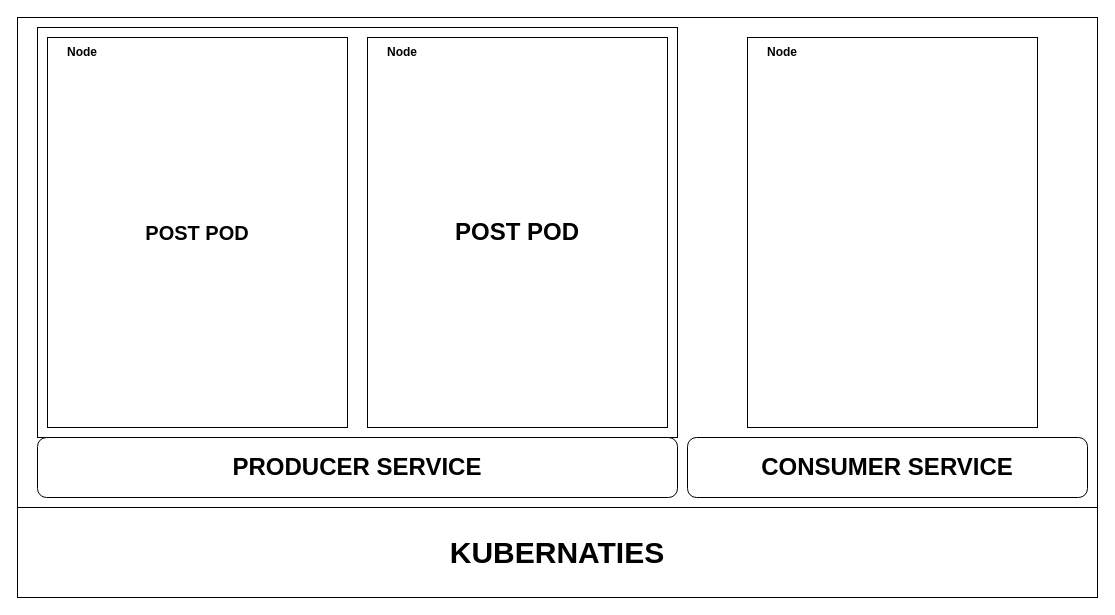
Above: nesto-kubernaties.drawio in yatishpro/nesto (draw.io), before the change. Source tidied: cells renumbered, new cells numbered last; positions are measured from the earlier drawing's top-left corner, leaving out a move shared by most shapes. Both pictures are drawn from the tidied source at 100%, with x=0, y=0 at pixel (17, 17).
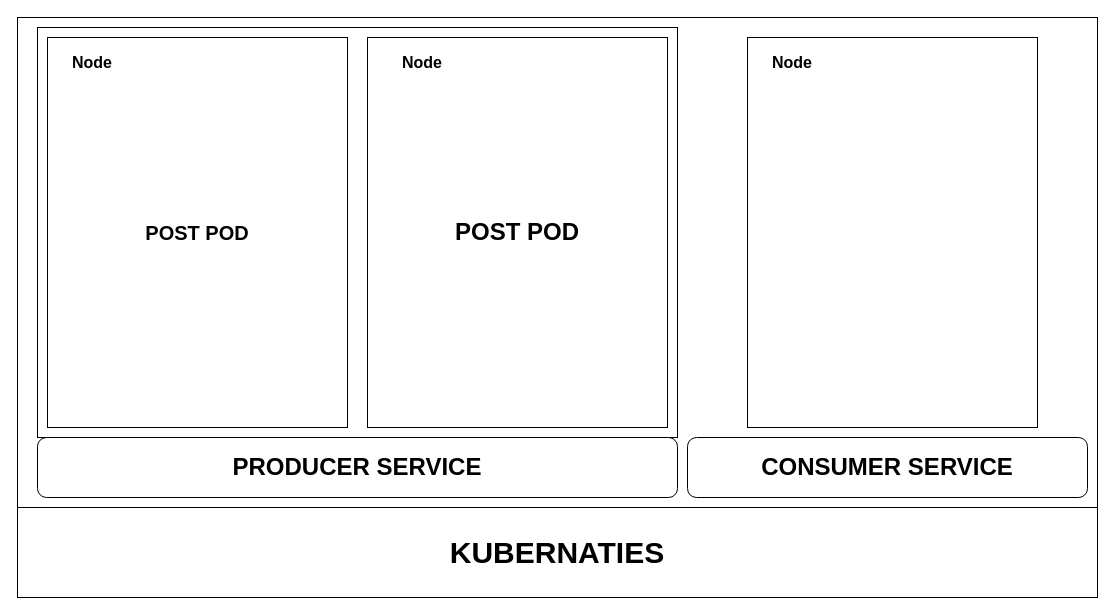
The same diagram, later.

What changed in the source:
```diff
@@
 <mxGraphModel>
   <root>
     <mxCell id="0" />
     <mxCell id="1" parent="0" />
     <mxCell id="2" style="rounded=0;whiteSpace=wrap;html=1;" parent="1" vertex="1">
       <mxGeometry width="1080" height="490" as="geometry" />
     </mxCell>
     <mxCell id="3" style="rounded=0;whiteSpace=wrap;html=1;" parent="1" vertex="1">
       <mxGeometry x="20" y="10" width="640" height="410" as="geometry" />
     </mxCell>
     <mxCell id="4" value="&lt;font style=&quot;font-size: 30px&quot;&gt;&lt;b&gt;KUBERNATIES&lt;/b&gt;&lt;/font&gt;" style="rounded=0;whiteSpace=wrap;html=1;" parent="1" vertex="1">
       <mxGeometry y="490" width="1080" height="90" as="geometry" />
     </mxCell>
     <mxCell id="5" value="&lt;font style=&quot;font-size: 24px&quot;&gt;&lt;b&gt;PRODUCER SERVICE&lt;br&gt;&lt;/b&gt;&lt;/font&gt;" style="rounded=1;whiteSpace=wrap;html=1;" parent="1" vertex="1">
       <mxGeometry x="20" y="420" width="640" height="60" as="geometry" />
     </mxCell>
     <mxCell id="6" value="&lt;font style=&quot;font-size: 20px&quot;&gt;&lt;b&gt;POST POD&lt;br&gt;&lt;/b&gt;&lt;/font&gt;" style="rounded=0;whiteSpace=wrap;html=1;" parent="1" vertex="1">
       <mxGeometry x="30" y="20" width="300" height="390" as="geometry" />
     </mxCell>
     <mxCell id="7" value="&lt;font style=&quot;font-size: 24px&quot;&gt;&lt;b&gt;POST POD&lt;br&gt;&lt;/b&gt;&lt;/font&gt;" style="rounded=0;whiteSpace=wrap;html=1;" parent="1" vertex="1">
       <mxGeometry x="350" y="20" width="300" height="390" as="geometry" />
     </mxCell>
     <mxCell id="8" style="rounded=0;whiteSpace=wrap;html=1;" parent="1" vertex="1">
       <mxGeometry x="730" y="20" width="290" height="390" as="geometry" />
     </mxCell>
     <mxCell id="9" value="&lt;b&gt;&lt;font style=&quot;font-size: 24px&quot;&gt;CONSUMER SERVICE&lt;/font&gt;&lt;/b&gt;" style="rounded=1;whiteSpace=wrap;html=1;" parent="1" vertex="1">
       <mxGeometry x="670" y="420" width="400" height="60" as="geometry" />
     </mxCell>
-    <mxCell id="10" value="&lt;b&gt;Node&lt;/b&gt;" style="text;html=1;strokeColor=none;fillColor=none;align=center;verticalAlign=middle;whiteSpace=wrap;rounded=0;" parent="1" vertex="1">
-      <mxGeometry x="30" y="20" width="70" height="30" as="geometry" />
+    <mxCell id="10" value="&lt;font style=&quot;font-size: 16px&quot;&gt;&lt;b&gt;Node&lt;/b&gt;&lt;/font&gt;" style="text;html=1;strokeColor=none;fillColor=none;align=center;verticalAlign=middle;whiteSpace=wrap;rounded=0;" parent="1" vertex="1">
+      <mxGeometry x="40" y="30" width="70" height="30" as="geometry" />
     </mxCell>
-    <mxCell id="11" value="&lt;b&gt;Node&lt;/b&gt;" style="text;html=1;strokeColor=none;fillColor=none;align=center;verticalAlign=middle;whiteSpace=wrap;rounded=0;" parent="1" vertex="1">
-      <mxGeometry x="350" y="20" width="70" height="30" as="geometry" />
+    <mxCell id="11" value="&lt;font style=&quot;font-size: 16px&quot;&gt;&lt;b&gt;Node&lt;/b&gt;&lt;/font&gt;" style="text;html=1;strokeColor=none;fillColor=none;align=center;verticalAlign=middle;whiteSpace=wrap;rounded=0;" parent="1" vertex="1">
+      <mxGeometry x="370" y="30" width="70" height="30" as="geometry" />
     </mxCell>
-    <mxCell id="12" value="&lt;b&gt;Node&lt;/b&gt;" style="text;html=1;strokeColor=none;fillColor=none;align=center;verticalAlign=middle;whiteSpace=wrap;rounded=0;" parent="1" vertex="1">
-      <mxGeometry x="730" y="20" width="70" height="30" as="geometry" />
+    <mxCell id="12" value="&lt;font style=&quot;font-size: 16px&quot;&gt;&lt;b&gt;Node&lt;/b&gt;&lt;/font&gt;" style="text;html=1;strokeColor=none;fillColor=none;align=center;verticalAlign=middle;whiteSpace=wrap;rounded=0;" parent="1" vertex="1">
+      <mxGeometry x="740" y="30" width="70" height="30" as="geometry" />
     </mxCell>
   </root>
 </mxGraphModel>
```
